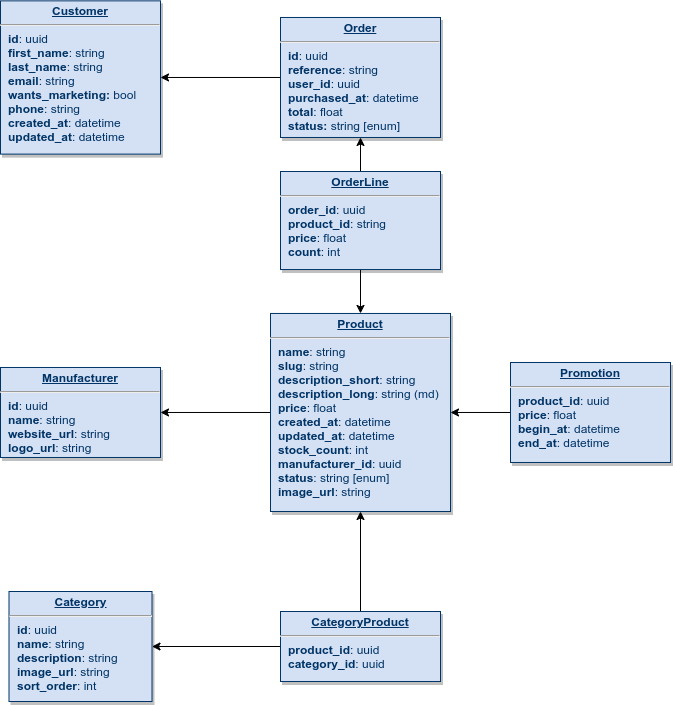
Above: database_model/db.png in JenswBE/bjoetiek-y-backend (draw.io), before the change. Source tidied: cells renumbered, new cells last; positions are measured from the earlier drawing's top-left corner, leaving out a move shared by most shapes.
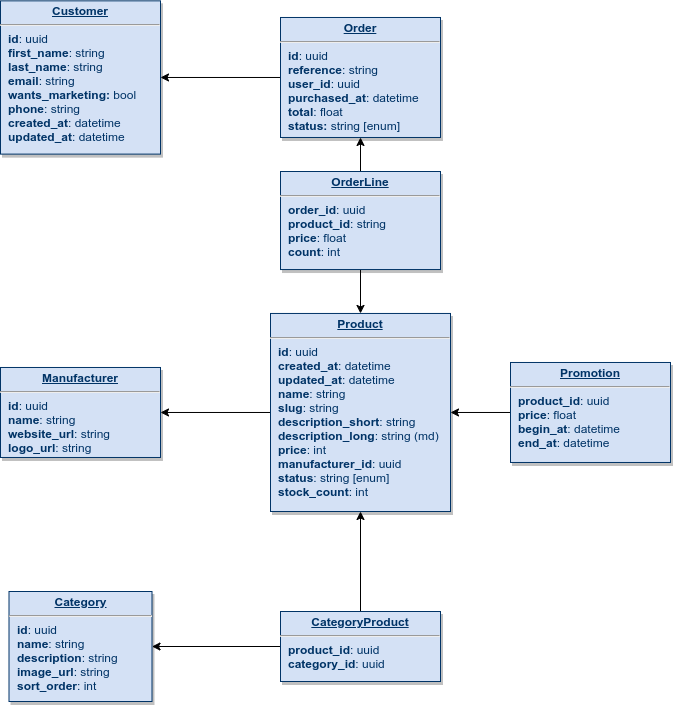
Above is the later version.

Commit message:
Align DB schema and model

Change to the diagram source:
```diff
@@ -8,7 +8,7 @@
     <mxCell id="3" style="edgeStyle=orthogonalEdgeStyle;rounded=0;jettySize=auto;html=1;entryX=1;entryY=0.5;entryDx=0;entryDy=0;exitX=0;exitY=0.5;exitDx=0;exitDy=0;" parent="1" edge="1" source="4" target="9">
       <mxGeometry relative="1" as="geometry" />
     </mxCell>
-    <mxCell id="4" value="&lt;p style=&quot;margin: 0px ; margin-top: 4px ; text-align: center ; text-decoration: underline&quot;&gt;&lt;strong&gt;Product&lt;/strong&gt;&lt;/p&gt;&lt;hr&gt;&lt;p style=&quot;margin: 0px ; margin-left: 8px&quot;&gt;&lt;b&gt;name&lt;/b&gt;: string&lt;/p&gt;&lt;p style=&quot;margin: 0px ; margin-left: 8px&quot;&gt;&lt;b&gt;slug&lt;/b&gt;: string&lt;/p&gt;&lt;p style=&quot;margin: 0px ; margin-left: 8px&quot;&gt;&lt;b&gt;description_short&lt;/b&gt;: string&lt;/p&gt;&lt;p style=&quot;margin: 0px ; margin-left: 8px&quot;&gt;&lt;b&gt;description_long&lt;/b&gt;: string (md)&lt;br&gt;&lt;/p&gt;&lt;p style=&quot;margin: 0px ; margin-left: 8px&quot;&gt;&lt;b&gt;price&lt;/b&gt;: float&lt;/p&gt;&lt;p style=&quot;margin: 0px ; margin-left: 8px&quot;&gt;&lt;b&gt;created_at&lt;/b&gt;: datetime&lt;/p&gt;&lt;p style=&quot;margin: 0px ; margin-left: 8px&quot;&gt;&lt;b&gt;updated_at&lt;/b&gt;: datetime&lt;/p&gt;&lt;p style=&quot;margin: 0px ; margin-left: 8px&quot;&gt;&lt;b&gt;stock_count&lt;/b&gt;: int&lt;/p&gt;&lt;p style=&quot;margin: 0px ; margin-left: 8px&quot;&gt;&lt;b&gt;manufacturer_id&lt;/b&gt;: uuid&lt;/p&gt;&lt;p style=&quot;margin: 0px ; margin-left: 8px&quot;&gt;&lt;b&gt;status&lt;/b&gt;: string [enum]&lt;/p&gt;&lt;p style=&quot;margin: 0px ; margin-left: 8px&quot;&gt;&lt;b&gt;image_url&lt;/b&gt;: string&lt;/p&gt;" style="verticalAlign=top;align=left;overflow=fill;fontSize=12;fontFamily=Helvetica;html=1;strokeColor=#003366;shadow=1;fillColor=#D4E1F5;fontColor=#003366;" parent="1" vertex="1">
+    <mxCell id="4" value="&lt;p style=&quot;margin: 0px ; margin-top: 4px ; text-align: center ; text-decoration: underline&quot;&gt;&lt;strong&gt;Product&lt;/strong&gt;&lt;/p&gt;&lt;hr&gt;&lt;p style=&quot;margin: 0px ; margin-left: 8px&quot;&gt;&lt;b&gt;id&lt;/b&gt;: uuid&lt;/p&gt;&lt;p style=&quot;margin: 0px 0px 0px 8px&quot;&gt;&lt;b&gt;created_at&lt;/b&gt;: datetime&lt;/p&gt;&lt;p style=&quot;margin: 0px 0px 0px 8px&quot;&gt;&lt;b&gt;updated_at&lt;/b&gt;: datetime&lt;/p&gt;&lt;p style=&quot;margin: 0px ; margin-left: 8px&quot;&gt;&lt;b&gt;name&lt;/b&gt;: string&lt;/p&gt;&lt;p style=&quot;margin: 0px ; margin-left: 8px&quot;&gt;&lt;b&gt;slug&lt;/b&gt;: string&lt;/p&gt;&lt;p style=&quot;margin: 0px ; margin-left: 8px&quot;&gt;&lt;b&gt;description_short&lt;/b&gt;: string&lt;/p&gt;&lt;p style=&quot;margin: 0px ; margin-left: 8px&quot;&gt;&lt;b&gt;description_long&lt;/b&gt;: string (md)&lt;br&gt;&lt;/p&gt;&lt;p style=&quot;margin: 0px ; margin-left: 8px&quot;&gt;&lt;b&gt;price&lt;/b&gt;: int&lt;/p&gt;&lt;p style=&quot;margin: 0px ; margin-left: 8px&quot;&gt;&lt;b&gt;manufacturer_id&lt;/b&gt;: uuid&lt;/p&gt;&lt;p style=&quot;margin: 0px ; margin-left: 8px&quot;&gt;&lt;b&gt;status&lt;/b&gt;: string [enum]&lt;/p&gt;&lt;p style=&quot;margin: 0px ; margin-left: 8px&quot;&gt;&lt;b&gt;stock_count&lt;/b&gt;: int&lt;br&gt;&lt;/p&gt;" style="verticalAlign=top;align=left;overflow=fill;fontSize=12;fontFamily=Helvetica;html=1;strokeColor=#003366;shadow=1;fillColor=#D4E1F5;fontColor=#003366;" parent="1" vertex="1">
       <mxGeometry x="270" y="313" width="180" height="198" as="geometry" />
     </mxCell>
     <mxCell id="5" value="&lt;p style=&quot;margin: 0px ; margin-top: 4px ; text-align: center ; text-decoration: underline&quot;&gt;&lt;strong&gt;Category&lt;/strong&gt;&lt;/p&gt;&lt;hr&gt;&lt;p style=&quot;margin: 0px ; margin-left: 8px&quot;&gt;&lt;b&gt;id&lt;/b&gt;: uuid&lt;/p&gt;&lt;p style=&quot;margin: 0px ; margin-left: 8px&quot;&gt;&lt;b&gt;name&lt;/b&gt;: string&lt;/p&gt;&lt;p style=&quot;margin: 0px ; margin-left: 8px&quot;&gt;&lt;b&gt;description&lt;/b&gt;: string&lt;/p&gt;&lt;p style=&quot;margin: 0px ; margin-left: 8px&quot;&gt;&lt;b&gt;image_url&lt;/b&gt;: string&lt;/p&gt;&lt;p style=&quot;margin: 0px ; margin-left: 8px&quot;&gt;&lt;b&gt;sort_order&lt;/b&gt;: int&lt;/p&gt;" style="verticalAlign=top;align=left;overflow=fill;fontSize=12;fontFamily=Helvetica;html=1;strokeColor=#003366;shadow=1;fillColor=#D4E1F5;fontColor=#003366;" parent="1" vertex="1">
```
